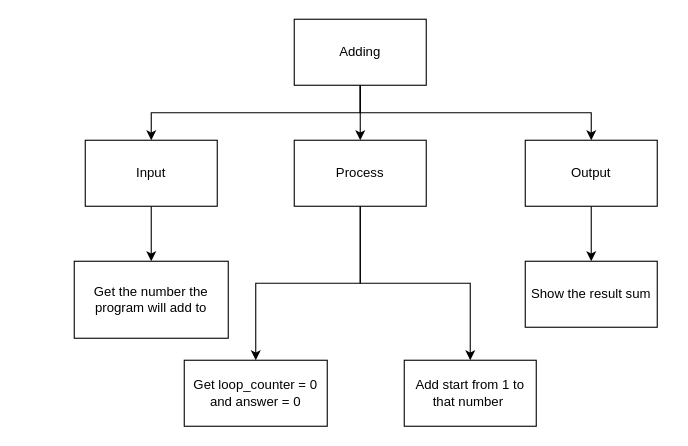
Before: design.top-down.drawio in Yiyun-Qin/ICS3U-Assignment4-Python, a draw.io diagram. Source tidied: cells renumbered, new cells numbered last; positions are measured from the earlier drawing's top-left corner, leaving out a move shared by most shapes. Both pictures are drawn from the tidied source at 110%, with x=0, y=0 at pixel (74, 19).
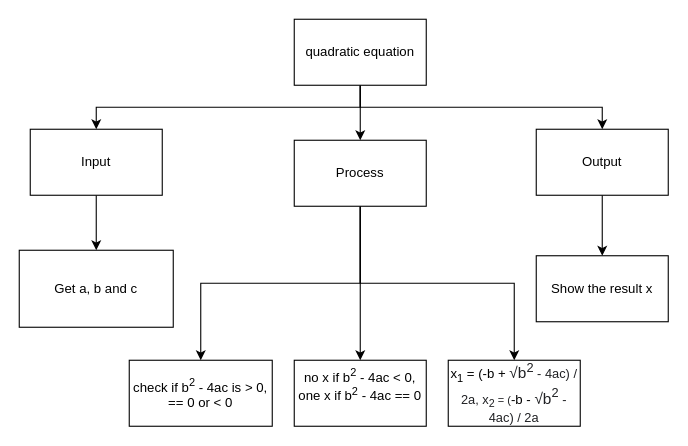
After the change.

Diff of the diagram source:
```diff
@@
 <mxGraphModel>
   <root>
     <mxCell id="0" />
     <mxCell id="1" parent="0" />
     <mxCell id="2" style="edgeStyle=orthogonalEdgeStyle;html=1;exitX=0.5;exitY=1;exitDx=0;exitDy=0;entryX=0.5;entryY=0;entryDx=0;entryDy=0;rounded=0;" parent="1" edge="1" source="5" target="7">
       <mxGeometry relative="1" as="geometry" />
     </mxCell>
     <mxCell id="3" style="edgeStyle=orthogonalEdgeStyle;rounded=0;html=1;exitX=0.5;exitY=1;exitDx=0;exitDy=0;entryX=0.5;entryY=0;entryDx=0;entryDy=0;" parent="1" edge="1" source="5" target="10">
       <mxGeometry relative="1" as="geometry" />
     </mxCell>
     <mxCell id="4" style="edgeStyle=orthogonalEdgeStyle;rounded=0;html=1;exitX=0.5;exitY=1;exitDx=0;exitDy=0;entryX=0.5;entryY=0;entryDx=0;entryDy=0;" parent="1" edge="1" source="5" target="12">
       <mxGeometry relative="1" as="geometry" />
     </mxCell>
-    <mxCell id="5" value="Adding" style="rounded=0;whiteSpace=wrap;html=1;" parent="1" vertex="1">
+    <mxCell id="5" value="quadratic equation" style="rounded=0;whiteSpace=wrap;html=1;" parent="1" vertex="1">
       <mxGeometry x="200" width="120" height="60" as="geometry" />
     </mxCell>
     <mxCell id="6" style="edgeStyle=orthogonalEdgeStyle;rounded=0;html=1;exitX=0.5;exitY=1;exitDx=0;exitDy=0;entryX=0.5;entryY=0;entryDx=0;entryDy=0;" parent="1" edge="1" source="7" target="13">
       <mxGeometry relative="1" as="geometry" />
     </mxCell>
     <mxCell id="7" value="Input" style="rounded=0;whiteSpace=wrap;html=1;" parent="1" vertex="1">
-      <mxGeometry x="10" y="110" width="120" height="60" as="geometry" />
+      <mxGeometry x="-40" y="100" width="120" height="60" as="geometry" />
     </mxCell>
     <mxCell id="8" style="edgeStyle=orthogonalEdgeStyle;rounded=0;html=1;exitX=0.5;exitY=1;exitDx=0;exitDy=0;entryX=0.5;entryY=0;entryDx=0;entryDy=0;" parent="1" edge="1" source="10" target="14">
       <mxGeometry relative="1" as="geometry" />
     </mxCell>
     <mxCell id="9" style="edgeStyle=orthogonalEdgeStyle;html=1;exitX=0.5;exitY=1;exitDx=0;exitDy=0;entryX=0.5;entryY=0;entryDx=0;entryDy=0;rounded=0;" parent="1" edge="1" source="10" target="16">
       <mxGeometry relative="1" as="geometry" />
     </mxCell>
+    <mxCell id="17" style="edgeStyle=none;html=1;exitX=0.5;exitY=1;exitDx=0;exitDy=0;entryX=0.5;entryY=0;entryDx=0;entryDy=0;" parent="1" edge="1" source="10" target="18">
+      <mxGeometry relative="1" as="geometry" />
+    </mxCell>
     <mxCell id="10" value="Process" style="rounded=0;whiteSpace=wrap;html=1;" parent="1" vertex="1">
       <mxGeometry x="200" y="110" width="120" height="60" as="geometry" />
     </mxCell>
     <mxCell id="11" style="edgeStyle=orthogonalEdgeStyle;rounded=0;html=1;exitX=0.5;exitY=1;exitDx=0;exitDy=0;entryX=0.5;entryY=0;entryDx=0;entryDy=0;" parent="1" edge="1" source="12" target="15">
       <mxGeometry relative="1" as="geometry" />
     </mxCell>
     <mxCell id="12" value="Output" style="rounded=0;whiteSpace=wrap;html=1;" parent="1" vertex="1">
-      <mxGeometry x="410" y="110" width="120" height="60" as="geometry" />
+      <mxGeometry x="420" y="100" width="120" height="60" as="geometry" />
     </mxCell>
-    <mxCell id="13" value="Get the number the program will add to" style="rounded=0;whiteSpace=wrap;html=1;" parent="1" vertex="1">
-      <mxGeometry y="220" width="140" height="70" as="geometry" />
+    <mxCell id="13" value="Get a, b and c" style="rounded=0;whiteSpace=wrap;html=1;" parent="1" vertex="1">
+      <mxGeometry x="-50" y="210" width="140" height="70" as="geometry" />
     </mxCell>
-    <mxCell id="14" value="Add start from 1 to that number&amp;nbsp;" style="rounded=0;whiteSpace=wrap;html=1;" parent="1" vertex="1">
-      <mxGeometry x="300" y="310" width="120" height="60" as="geometry" />
+    <mxCell id="14" value="x&lt;sub&gt;1&lt;/sub&gt; = (-b +&amp;nbsp;&lt;span style=&quot;color: rgb(32 , 33 , 36) ; font-family: &amp;#34;arial&amp;#34; , sans-serif ; font-size: 14px ; background-color: rgb(255 , 255 , 255)&quot;&gt;√b&lt;sup&gt;2&lt;/sup&gt;&lt;/span&gt;&lt;span style=&quot;color: rgb(32 , 33 , 36) ; font-family: &amp;#34;arial&amp;#34; , sans-serif ; background-color: rgb(255 , 255 , 255) ; font-size: 11.6667px&quot;&gt;&amp;nbsp;- 4ac) / 2a, x&lt;sub&gt;2&lt;/sub&gt;&lt;/span&gt;&lt;span style=&quot;color: rgb(32 , 33 , 36) ; font-family: &amp;#34;arial&amp;#34; , sans-serif ; background-color: rgb(255 , 255 , 255)&quot;&gt;&lt;font size=&quot;1&quot;&gt;&amp;nbsp;= (&lt;/font&gt;&lt;/span&gt;-b -&amp;nbsp;&lt;span style=&quot;color: rgb(32 , 33 , 36) ; font-family: &amp;#34;arial&amp;#34; , sans-serif ; font-size: 14px ; background-color: rgb(255 , 255 , 255)&quot;&gt;√b&lt;sup&gt;2&lt;/sup&gt;&lt;/span&gt;&lt;span style=&quot;font-size: 11.6667px ; color: rgb(32 , 33 , 36) ; font-family: &amp;#34;arial&amp;#34; , sans-serif ; background-color: rgb(255 , 255 , 255)&quot;&gt;&amp;nbsp;- 4ac) / 2a&lt;/span&gt;" style="rounded=0;whiteSpace=wrap;html=1;" parent="1" vertex="1">
+      <mxGeometry x="340" y="310" width="120" height="60" as="geometry" />
     </mxCell>
-    <mxCell id="15" value="Show the result sum" style="rounded=0;whiteSpace=wrap;html=1;" parent="1" vertex="1">
-      <mxGeometry x="410" y="220" width="120" height="60" as="geometry" />
+    <mxCell id="15" value="Show the result x" style="rounded=0;whiteSpace=wrap;html=1;" parent="1" vertex="1">
+      <mxGeometry x="420" y="215" width="120" height="60" as="geometry" />
     </mxCell>
-    <mxCell id="16" value="Get loop_counter = 0 and answer = 0" style="rounded=0;whiteSpace=wrap;html=1;" parent="1" vertex="1">
-      <mxGeometry x="100" y="310" width="130" height="60" as="geometry" />
+    <mxCell id="16" value="check if b&lt;sup&gt;2&lt;/sup&gt; - 4ac is &amp;gt; 0, == 0 or &amp;lt; 0" style="rounded=0;whiteSpace=wrap;html=1;" parent="1" vertex="1">
+      <mxGeometry x="50" y="310" width="130" height="60" as="geometry" />
     </mxCell>
+    <mxCell id="18" value="no x if b&lt;sup&gt;2&lt;/sup&gt;&amp;nbsp;- 4ac &amp;lt; 0, one x if b&lt;sup&gt;2&lt;/sup&gt;&amp;nbsp;- 4ac == 0&lt;br&gt;&amp;nbsp;" style="rounded=0;whiteSpace=wrap;html=1;" parent="1" vertex="1">
+      <mxGeometry x="200" y="310" width="120" height="60" as="geometry" />
+    </mxCell>
   </root>
 </mxGraphModel>
```
